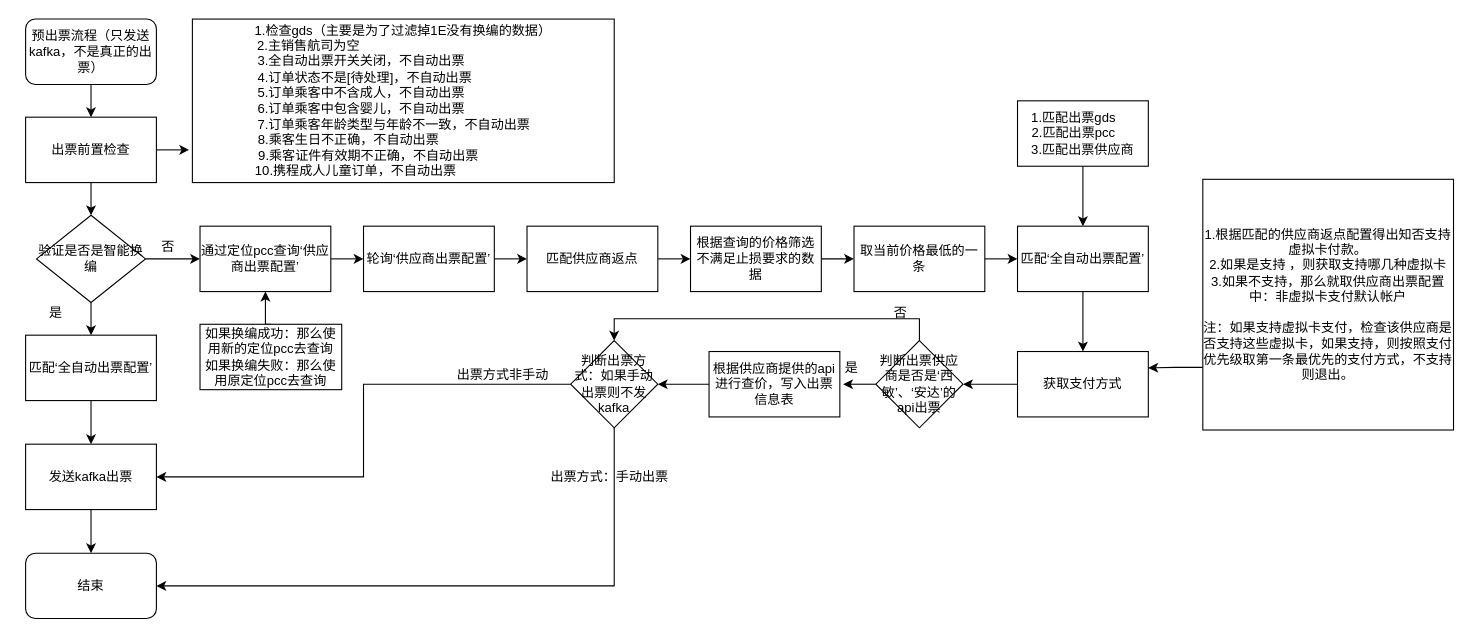
Earlier version of the draw.io diagram 全自动出票.drawio (dhyang/study). Source tidied: cells renumbered, new cells numbered last; positions are measured from the earlier drawing's top-left corner, leaving out a move shared by most shapes. Both pictures are drawn from the tidied source at 109%, with x=0, y=0 at pixel (25, 19).
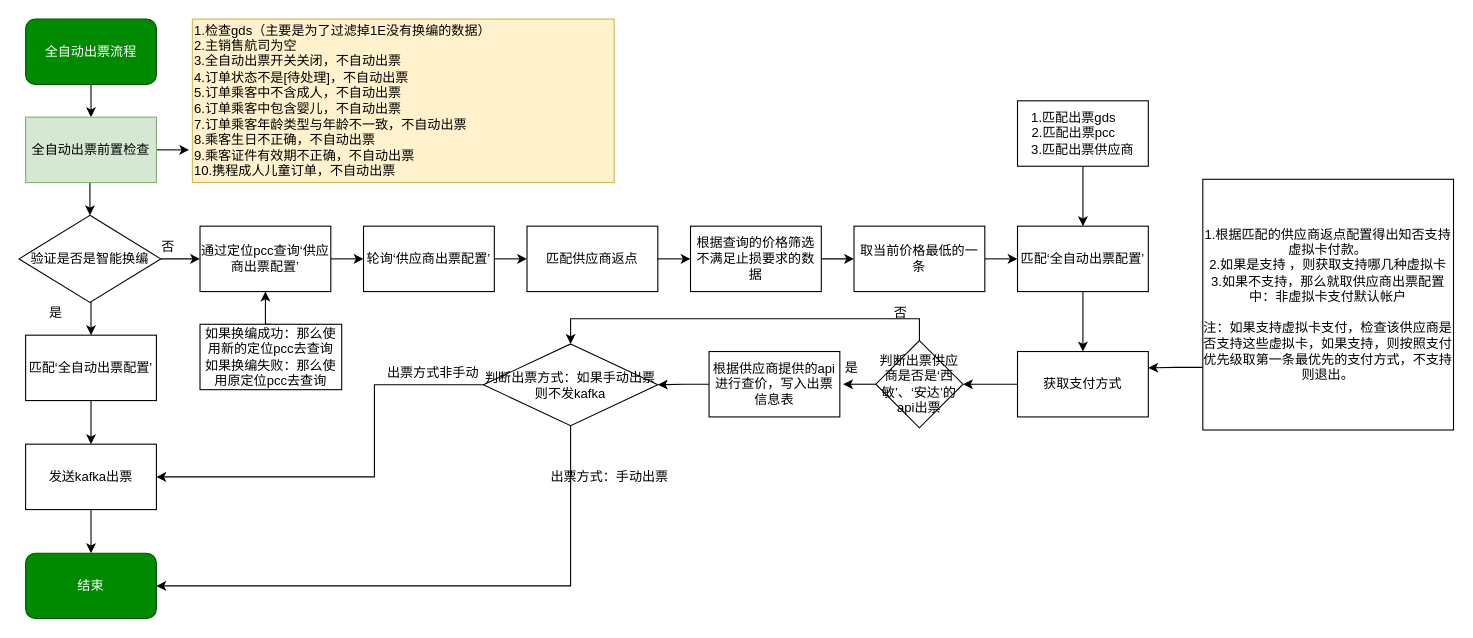
Above is the later version.

Commit message:
更新全自动出票

Unchanged cells that the change refers to:
```xml
<mxCell id="14" value="发送kafka出票" style="rounded=0;whiteSpace=wrap;html=1;" parent="1" vertex="1">
  <mxGeometry y="390" width="120" height="60" as="geometry" />
</mxCell>
```

Diff of the diagram source:
```diff
@@
-    <mxCell id="3" value="预出票流程（只发送kafka，不是真正的出票）" style="rounded=1;whiteSpace=wrap;html=1;" parent="1" vertex="1">
+    <mxCell id="3" value="全自动出票流程" style="rounded=1;whiteSpace=wrap;html=1;fillColor=#008a00;strokeColor=#005700;fontColor=#ffffff;" parent="1" vertex="1">
       <mxGeometry width="120" height="60" as="geometry" />
     </mxCell>
@@
-    <mxCell id="6" value="出票前置检查" style="rounded=0;whiteSpace=wrap;html=1;" parent="1" vertex="1">
+    <mxCell id="6" value="全自动出票前置检查" style="rounded=0;whiteSpace=wrap;html=1;fillColor=#d5e8d4;strokeColor=#82b366;" parent="1" vertex="1">
       <mxGeometry y="90" width="120" height="60" as="geometry" />
     </mxCell>
-    <mxCell id="7" value="1.检查gds（主要是为了过滤掉1E没有换编的数据）&lt;br&gt;2.主销售航司为空&amp;nbsp; &amp;nbsp; &amp;nbsp; &amp;nbsp; &amp;nbsp; &amp;nbsp; &amp;nbsp; &amp;nbsp; &amp;nbsp; &amp;nbsp; &amp;nbsp; &amp;nbsp; &amp;nbsp; &amp;nbsp; &amp;nbsp; &amp;nbsp; &amp;nbsp; &amp;nbsp; &amp;nbsp; &amp;nbsp; &amp;nbsp; &amp;nbsp; &amp;nbsp; &amp;nbsp; &amp;nbsp; &amp;nbsp;&amp;nbsp;&lt;br&gt;3.&lt;span&gt;全自动出票开关关闭，不自动出票&amp;nbsp; &amp;nbsp; &amp;nbsp; &amp;nbsp; &amp;nbsp; &amp;nbsp; &amp;nbsp; &amp;nbsp; &amp;nbsp; &amp;nbsp; &amp;nbsp; &amp;nbsp;&lt;br&gt;4.&lt;/span&gt;&lt;span&gt;订单状态不是[待处理]，不自动出票&amp;nbsp; &amp;nbsp; &amp;nbsp; &amp;nbsp; &amp;nbsp; &amp;nbsp; &amp;nbsp; &amp;nbsp; &amp;nbsp; &amp;nbsp; &amp;nbsp;&lt;br&gt;5.&lt;/span&gt;&lt;span&gt;订单乘客中不含成人，不自动出票&amp;nbsp; &amp;nbsp; &amp;nbsp; &amp;nbsp; &amp;nbsp; &amp;nbsp; &amp;nbsp; &amp;nbsp; &amp;nbsp; &amp;nbsp; &amp;nbsp; &amp;nbsp;&lt;br&gt;6.&lt;/span&gt;&lt;span&gt;订单乘客中包含婴儿，不自动出票&amp;nbsp; &amp;nbsp; &amp;nbsp; &amp;nbsp; &amp;nbsp; &amp;nbsp; &amp;nbsp; &amp;nbsp; &amp;nbsp; &amp;nbsp; &amp;nbsp; &amp;nbsp;&lt;br&gt;7.&lt;/span&gt;&lt;span&gt;订单乘客年龄类型与年龄不一致，不自动出票&amp;nbsp; &amp;nbsp; &amp;nbsp;&lt;br&gt;8.&lt;/span&gt;&lt;span&gt;乘客生日不正确，不自动出票&amp;nbsp; &amp;nbsp; &amp;nbsp; &amp;nbsp; &amp;nbsp; &amp;nbsp; &amp;nbsp; &amp;nbsp; &amp;nbsp; &amp;nbsp; &amp;nbsp; &amp;nbsp; &amp;nbsp; &amp;nbsp; &amp;nbsp;&amp;nbsp;&lt;br&gt;9.&lt;/span&gt;&lt;span&gt;乘客证件有效期不正确，不自动出票&amp;nbsp; &amp;nbsp; &amp;nbsp; &amp;nbsp; &amp;nbsp; &amp;nbsp; &amp;nbsp; &amp;nbsp; &amp;nbsp; &amp;nbsp;&lt;br&gt;10.&lt;/span&gt;&lt;span&gt;携程成人儿童订单，不自动出票&amp;nbsp; &amp;nbsp; &amp;nbsp; &amp;nbsp; &amp;nbsp; &amp;nbsp; &amp;nbsp; &amp;nbsp; &amp;nbsp; &amp;nbsp; &amp;nbsp; &amp;nbsp; &amp;nbsp;&amp;nbsp;&lt;/span&gt;" style="rounded=0;whiteSpace=wrap;html=1;" parent="1" vertex="1">
+    <mxCell id="7" value="1.检查gds（主要是为了过滤掉1E没有换编的数据）&lt;br&gt;2.主销售航司为空&amp;nbsp; &amp;nbsp; &amp;nbsp; &amp;nbsp; &amp;nbsp; &amp;nbsp; &amp;nbsp; &amp;nbsp; &amp;nbsp; &amp;nbsp; &amp;nbsp; &amp;nbsp; &amp;nbsp; &amp;nbsp; &amp;nbsp; &amp;nbsp; &amp;nbsp; &amp;nbsp; &amp;nbsp; &amp;nbsp; &amp;nbsp; &amp;nbsp; &amp;nbsp; &amp;nbsp; &amp;nbsp; &amp;nbsp;&amp;nbsp;&lt;br&gt;3.&lt;span&gt;全自动出票开关关闭，不自动出票&amp;nbsp; &amp;nbsp; &amp;nbsp; &amp;nbsp; &amp;nbsp; &amp;nbsp; &amp;nbsp; &amp;nbsp; &amp;nbsp; &amp;nbsp; &amp;nbsp; &amp;nbsp;&lt;br&gt;4.&lt;/span&gt;&lt;span&gt;订单状态不是[待处理]，不自动出票&amp;nbsp; &amp;nbsp; &amp;nbsp; &amp;nbsp; &amp;nbsp; &amp;nbsp; &amp;nbsp; &amp;nbsp; &amp;nbsp; &amp;nbsp; &amp;nbsp;&lt;br&gt;5.&lt;/span&gt;&lt;span&gt;订单乘客中不含成人，不自动出票&amp;nbsp; &amp;nbsp; &amp;nbsp; &amp;nbsp; &amp;nbsp; &amp;nbsp; &amp;nbsp; &amp;nbsp; &amp;nbsp; &amp;nbsp; &amp;nbsp; &amp;nbsp;&lt;br&gt;6.&lt;/span&gt;&lt;span&gt;订单乘客中包含婴儿，不自动出票&amp;nbsp; &amp;nbsp; &amp;nbsp; &amp;nbsp; &amp;nbsp; &amp;nbsp; &amp;nbsp; &amp;nbsp; &amp;nbsp; &amp;nbsp; &amp;nbsp; &amp;nbsp;&lt;br&gt;7.&lt;/span&gt;&lt;span&gt;订单乘客年龄类型与年龄不一致，不自动出票&amp;nbsp; &amp;nbsp; &amp;nbsp;&lt;br&gt;8.&lt;/span&gt;&lt;span&gt;乘客生日不正确，不自动出票&amp;nbsp; &amp;nbsp; &amp;nbsp; &amp;nbsp; &amp;nbsp; &amp;nbsp; &amp;nbsp; &amp;nbsp; &amp;nbsp; &amp;nbsp; &amp;nbsp; &amp;nbsp; &amp;nbsp; &amp;nbsp; &amp;nbsp;&amp;nbsp;&lt;br&gt;9.&lt;/span&gt;&lt;span&gt;乘客证件有效期不正确，不自动出票&amp;nbsp; &amp;nbsp; &amp;nbsp; &amp;nbsp; &amp;nbsp; &amp;nbsp; &amp;nbsp; &amp;nbsp; &amp;nbsp; &amp;nbsp;&lt;br&gt;10.&lt;/span&gt;&lt;span&gt;携程成人儿童订单，不自动出票&amp;nbsp; &amp;nbsp; &amp;nbsp; &amp;nbsp; &amp;nbsp; &amp;nbsp; &amp;nbsp; &amp;nbsp; &amp;nbsp; &amp;nbsp; &amp;nbsp; &amp;nbsp; &amp;nbsp;&amp;nbsp;&lt;/span&gt;" style="rounded=0;whiteSpace=wrap;html=1;align=left;fillColor=#fff2cc;strokeColor=#d6b656;" parent="1" vertex="1">
       <mxGeometry x="153" width="387" height="150" as="geometry" />
     </mxCell>
@@
     <mxCell id="12" value="验证是否是智能换编" style="rhombus;whiteSpace=wrap;html=1;" parent="1" vertex="1">
-      <mxGeometry x="10" y="180" width="100" height="80" as="geometry" />
+      <mxGeometry x="-6" y="180" width="130" height="80" as="geometry" />
     </mxCell>
@@
-    <mxCell id="15" value="结束" style="rounded=1;whiteSpace=wrap;html=1;" parent="1" vertex="1">
+    <mxCell id="15" value="结束" style="rounded=1;whiteSpace=wrap;html=1;fillColor=#008a00;strokeColor=#005700;fontColor=#ffffff;" parent="1" vertex="1">
       <mxGeometry y="490" width="120" height="60" as="geometry" />
     </mxCell>
@@
     <mxCell id="45" style="edgeStyle=orthogonalEdgeStyle;rounded=0;jettySize=auto;html=1;exitX=0;exitY=0.5;exitDx=0;exitDy=0;entryX=1;entryY=0.5;entryDx=0;entryDy=0;" parent="1" edge="1" source="46" target="14">
-      <mxGeometry relative="1" as="geometry" />
+      <mxGeometry relative="1" as="geometry">
+        <Array as="points">
+          <mxPoint x="320" y="335" />
+          <mxPoint x="320" y="420" />
+        </Array>
+      </mxGeometry>
     </mxCell>
     <mxCell id="46" value="判断出票方式：如果手动出票则不发kafka" style="rhombus;whiteSpace=wrap;html=1;" parent="1" vertex="1">
-      <mxGeometry x="500" y="295" width="80" height="80" as="geometry" />
+      <mxGeometry x="420" y="298" width="160" height="75" as="geometry" />
     </mxCell>
@@
     <mxCell id="48" value="出票方式非手动" style="text;html=1;align=left;verticalAlign=top;spacingTop=-4;" parent="1" vertex="1">
-      <mxGeometry x="394" y="317" width="100" height="20" as="geometry" />
+      <mxGeometry x="330" y="315" width="100" height="20" as="geometry" />
     </mxCell>
```
